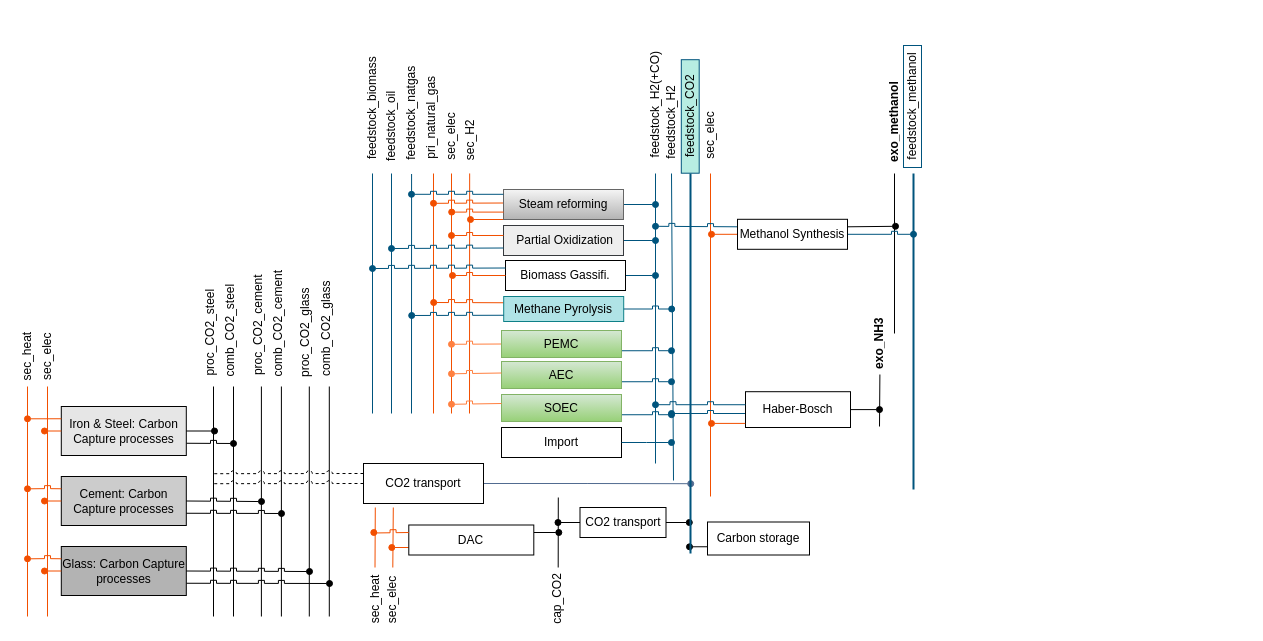
anik-ier/TAM_Industry_RES keeps this draw.io diagram as PhD_circularities.drawio. Above is the earlier version. Source tidied: cells renumbered, new cells numbered last; positions are measured from the earlier drawing's top-left corner, leaving out a move shared by most shapes. Both pictures are drawn from the tidied source at 100%, with x=0, y=0 at pixel (3, 17).
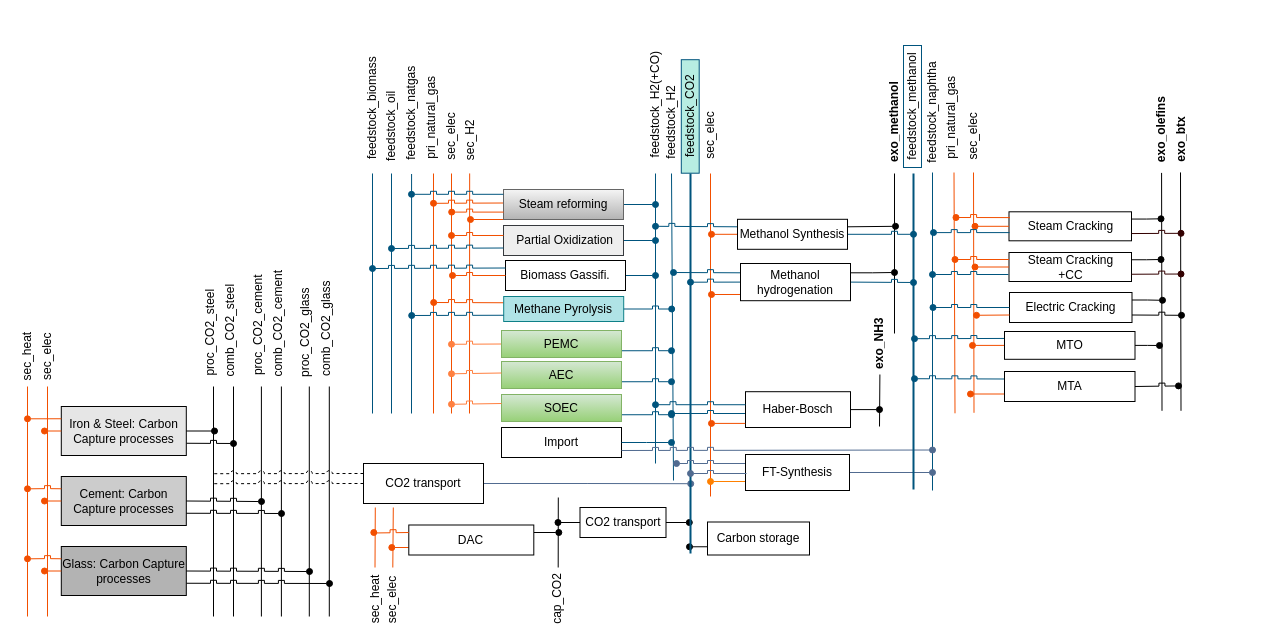
After the change.

Diff of the diagram source:
```diff
@@
+    <mxCell id="143" parent="0" />
+    <mxCell id="144" style="group;" parent="143" vertex="1">
+      <mxGeometry x="670" y="246" width="255" height="37.2" as="geometry" />
+    </mxCell>
+    <mxCell id="145" style="edgeStyle=orthogonalEdgeStyle;rounded=0;jettySize=auto;html=1;exitX=0;exitY=0.25;exitDx=0;exitDy=0;endArrow=oval;endFill=1;jumpStyle=sharp;strokeColor=#00547D;" parent="144" edge="1" source="150">
+      <mxGeometry relative="1" as="geometry">
+        <mxPoint y="9" as="targetPoint" />
+      </mxGeometry>
+    </mxCell>
+    <mxCell id="146" style="edgeStyle=orthogonalEdgeStyle;rounded=0;jettySize=auto;html=1;exitX=0.003;exitY=0.833;exitDx=0;exitDy=0;endArrow=oval;endFill=1;strokeColor=#F24F00;exitPerimeter=0;" parent="144" edge="1" source="150">
+      <mxGeometry relative="1" as="geometry">
+        <mxPoint x="38" y="31" as="targetPoint" />
+      </mxGeometry>
+    </mxCell>
+    <mxCell id="147" style="edgeStyle=orthogonalEdgeStyle;rounded=0;jettySize=auto;html=1;exitX=1;exitY=0.25;exitDx=0;exitDy=0;endArrow=oval;endFill=1;" parent="144" edge="1" source="150">
+      <mxGeometry relative="1" as="geometry">
+        <mxPoint x="221" y="9" as="targetPoint" />
+      </mxGeometry>
+    </mxCell>
+    <mxCell id="148" style="edgeStyle=orthogonalEdgeStyle;rounded=0;jettySize=auto;html=1;exitX=1;exitY=0.5;exitDx=0;exitDy=0;endArrow=oval;endFill=1;jumpStyle=sharp;strokeColor=#00547D;" parent="144" edge="1" source="150">
+      <mxGeometry relative="1" as="geometry">
+        <mxPoint x="240" y="19" as="targetPoint" />
+      </mxGeometry>
+    </mxCell>
+    <mxCell id="149" style="edgeStyle=orthogonalEdgeStyle;rounded=0;jettySize=auto;html=1;exitX=0;exitY=0.5;exitDx=0;exitDy=0;endArrow=oval;endFill=1;strokeColor=#00547D;jumpStyle=sharp;" parent="144" edge="1" source="150">
+      <mxGeometry relative="1" as="geometry">
+        <mxPoint x="17" y="18.7" as="targetPoint" />
+      </mxGeometry>
+    </mxCell>
+    <mxCell id="150" value="Methanol hydrogenation" style="rounded=0;whiteSpace=wrap;html=1;" parent="144" vertex="1">
+      <mxGeometry x="67" width="110" height="37.2" as="geometry" />
+    </mxCell>
+    <mxCell id="151" parent="0" />
+    <mxCell id="152" style="group;" parent="151" vertex="1">
+      <mxGeometry x="914" y="45" width="328" height="392" as="geometry" />
+    </mxCell>
+    <mxCell id="153" value="exo_olefins" style="text;html=1;align=center;verticalAlign=middle;whiteSpace=wrap;rounded=0;rotation=270;fontStyle=1;" parent="152" vertex="1">
+      <mxGeometry x="200.3" y="56.7" width="87.4" height="20" as="geometry" />
+    </mxCell>
+    <mxCell id="154" style="endArrow=none;html=1;rounded=0;" parent="152" edge="1" target="153">
+      <mxGeometry relative="1" as="geometry">
+        <mxPoint x="244.5" y="348.3" as="sourcePoint" />
+      </mxGeometry>
+    </mxCell>
+    <mxCell id="155" value="exo_btx" style="text;html=1;align=center;verticalAlign=middle;whiteSpace=wrap;rounded=0;rotation=270;fontStyle=1;" parent="152" vertex="1">
+      <mxGeometry x="231.5" y="66" width="63" height="23" as="geometry" />
+    </mxCell>
+    <mxCell id="156" style="endArrow=none;html=1;rounded=0;entryX=-0.015;entryY=0.5;entryDx=0;entryDy=0;entryPerimeter=0;" parent="152" edge="1" target="155">
+      <mxGeometry relative="1" as="geometry">
+        <mxPoint x="263.5" y="348.3" as="sourcePoint" />
+      </mxGeometry>
+    </mxCell>
+    <mxCell id="157" style="group;" parent="152" vertex="1">
+      <mxGeometry x="15.5" y="149.3" width="248" height="29" as="geometry" />
+    </mxCell>
+    <mxCell id="158" style="edgeStyle=elbowEdgeStyle;rounded=0;jettySize=auto;html=1;exitX=1;exitY=0.25;exitDx=0;exitDy=0;endArrow=oval;endFill=1;sourcePerimeterSpacing=0;" parent="157" edge="1" source="159">
+      <mxGeometry relative="1" as="geometry">
+        <mxPoint x="228" y="7" as="targetPoint" />
+      </mxGeometry>
+    </mxCell>
+    <mxCell id="159" value="&lt;div&gt;Steam Cracking&lt;/div&gt;" style="rounded=0;whiteSpace=wrap;html=1;" parent="157" vertex="1">
+      <mxGeometry x="76" width="122.5" height="29" as="geometry" />
+    </mxCell>
+    <mxCell id="160" style="edgeStyle=orthogonalEdgeStyle;rounded=0;jettySize=auto;html=1;exitX=1;exitY=0.75;exitDx=0;exitDy=0;endArrow=oval;endFill=1;strokeColor=#330000;jumpStyle=sharp;" parent="157" edge="1" source="159">
+      <mxGeometry relative="1" as="geometry">
+        <mxPoint x="248" y="21.5" as="targetPoint" />
+      </mxGeometry>
+    </mxCell>
+    <mxCell id="161" style="edgeStyle=orthogonalEdgeStyle;rounded=0;jettySize=auto;html=1;exitX=0;exitY=0.5;exitDx=0;exitDy=0;endArrow=oval;endFill=1;strokeColor=#F24F00;jumpStyle=sharp;" parent="157" edge="1" source="159">
+      <mxGeometry relative="1" as="geometry">
+        <mxPoint x="42" y="15" as="targetPoint" />
+      </mxGeometry>
+    </mxCell>
+    <mxCell id="162" style="group;" parent="152" vertex="1">
+      <mxGeometry width="30" height="348.3" as="geometry" />
+    </mxCell>
+    <mxCell id="163" style="endArrow=none;html=1;rounded=0;strokeColor=#00547D;" parent="162" edge="1">
+      <mxGeometry relative="1" as="geometry">
+        <mxPoint x="15" y="428" as="sourcePoint" />
+        <mxPoint x="15" y="110" as="targetPoint" />
+      </mxGeometry>
+    </mxCell>
+    <mxCell id="164" value="feedstock_naphtha" style="text;html=1;strokeColor=none;fillColor=none;align=center;verticalAlign=middle;whiteSpace=wrap;rounded=0;rotation=270;" parent="162" vertex="1">
+      <mxGeometry x="-38.1" y="35" width="106.2" height="30" as="geometry" />
+    </mxCell>
+    <mxCell id="165" style="group;" parent="152" vertex="1">
+      <mxGeometry x="22.5" y="3.8" width="24" height="344.5" as="geometry" />
+    </mxCell>
+    <mxCell id="166" style="endArrow=none;html=1;rounded=0;strokeColor=#F24F00;" parent="165" edge="1">
+      <mxGeometry relative="1" as="geometry">
+        <mxPoint x="15" y="347" as="sourcePoint" />
+        <mxPoint x="14" y="106.2" as="targetPoint" />
+      </mxGeometry>
+    </mxCell>
+    <mxCell id="167" value="pri_natural_gas" style="text;html=1;strokeColor=none;fillColor=none;align=center;verticalAlign=middle;whiteSpace=wrap;rounded=0;rotation=270;" parent="165" vertex="1">
+      <mxGeometry x="-39.5" y="39.5" width="103" height="24" as="geometry" />
+    </mxCell>
+    <mxCell id="168" style="group;" parent="152" vertex="1">
+      <mxGeometry x="42.5" y="46.3" width="27" height="302" as="geometry" />
+    </mxCell>
+    <mxCell id="169" style="endArrow=none;html=1;rounded=0;strokeColor=#F24F00;" parent="168" edge="1">
+      <mxGeometry relative="1" as="geometry">
+        <mxPoint x="14" y="304" as="sourcePoint" />
+        <mxPoint x="13.5" y="63.7" as="targetPoint" />
+      </mxGeometry>
+    </mxCell>
+    <mxCell id="170" value="sec_elec" style="text;html=1;strokeColor=none;fillColor=none;align=center;verticalAlign=middle;whiteSpace=wrap;rounded=0;rotation=270;" parent="168" vertex="1">
+      <mxGeometry x="-16.5" y="14" width="60" height="27" as="geometry" />
+    </mxCell>
+    <mxCell id="171" style="edgeStyle=elbowEdgeStyle;rounded=0;orthogonalLoop=1;jettySize=auto;html=1;exitX=0;exitY=0.25;exitDx=0;exitDy=0;endArrow=oval;endFill=1;jumpStyle=sharp;strokeColor=#F24F00;" parent="168" edge="1">
+      <mxGeometry relative="1" as="geometry">
+        <mxPoint x="50" y="108.8" as="sourcePoint" />
+        <mxPoint x="-4" y="108.7" as="targetPoint" />
+      </mxGeometry>
+    </mxCell>
+    <mxCell id="172" style="edgeStyle=elbowEdgeStyle;rounded=0;orthogonalLoop=1;jettySize=auto;html=1;endArrow=oval;endFill=1;jumpStyle=sharp;strokeColor=#00547D;exitX=0;exitY=0.75;exitDx=0;exitDy=0;" parent="168" edge="1">
+      <mxGeometry relative="1" as="geometry">
+        <mxPoint x="49.5" y="123.8" as="sourcePoint" />
+        <mxPoint x="-26.5" y="123.8" as="targetPoint" />
+      </mxGeometry>
+    </mxCell>
+    <mxCell id="173" style="group;" parent="152" vertex="1">
+      <mxGeometry x="17" y="230" width="247" height="30" as="geometry" />
+    </mxCell>
+    <mxCell id="174" style="edgeStyle=elbowEdgeStyle;rounded=0;jettySize=auto;html=1;exitX=1;exitY=0.25;exitDx=0;exitDy=0;endArrow=oval;endFill=1;" parent="173" edge="1" source="175">
+      <mxGeometry relative="1" as="geometry">
+        <mxPoint x="228" y="7.8" as="targetPoint" />
+      </mxGeometry>
+    </mxCell>
+    <mxCell id="175" value="&lt;div&gt;Electric Cracking&lt;/div&gt;" style="rounded=0;whiteSpace=wrap;html=1;" parent="173" vertex="1">
+      <mxGeometry x="75" width="122.5" height="30" as="geometry" />
+    </mxCell>
+    <mxCell id="176" style="edgeStyle=elbowEdgeStyle;rounded=0;jettySize=auto;html=1;exitX=0;exitY=0.75;exitDx=0;exitDy=0;endArrow=oval;endFill=1;jumpStyle=sharp;strokeColor=#F24F00;" parent="173" edge="1" source="175">
+      <mxGeometry relative="1" as="geometry">
+        <mxPoint x="42" y="22.8" as="targetPoint" />
+      </mxGeometry>
+    </mxCell>
+    <mxCell id="177" style="edgeStyle=orthogonalEdgeStyle;rounded=0;jettySize=auto;html=1;exitX=1;exitY=0.75;exitDx=0;exitDy=0;endArrow=oval;endFill=1;jumpStyle=sharp;" parent="173" edge="1" source="175">
+      <mxGeometry relative="1" as="geometry">
+        <mxPoint x="247" y="22.8" as="targetPoint" />
+      </mxGeometry>
+    </mxCell>
+    <mxCell id="178" style="edgeStyle=elbowEdgeStyle;rounded=0;orthogonalLoop=1;jettySize=auto;html=1;exitX=0;exitY=0.5;exitDx=0;exitDy=0;endArrow=oval;endFill=1;jumpStyle=sharp;strokeColor=#00547D;" parent="152" edge="1">
+      <mxGeometry relative="1" as="geometry">
+        <mxPoint x="92" y="245" as="sourcePoint" />
+        <mxPoint x="15.5" y="245" as="targetPoint" />
+      </mxGeometry>
+    </mxCell>
+    <mxCell id="179" style="group;" parent="152" vertex="1">
+      <mxGeometry x="15.5" y="190" width="248" height="29" as="geometry" />
+    </mxCell>
+    <mxCell id="180" style="edgeStyle=elbowEdgeStyle;rounded=0;jettySize=auto;html=1;exitX=1;exitY=0.25;exitDx=0;exitDy=0;endArrow=oval;endFill=1;sourcePerimeterSpacing=0;" parent="179" edge="1" source="181">
+      <mxGeometry relative="1" as="geometry">
+        <mxPoint x="228" y="7" as="targetPoint" />
+      </mxGeometry>
+    </mxCell>
+    <mxCell id="181" value="&lt;div&gt;Steam Cracking&lt;/div&gt;+CC" style="rounded=0;whiteSpace=wrap;html=1;" parent="179" vertex="1">
+      <mxGeometry x="76" width="122.5" height="29" as="geometry" />
+    </mxCell>
+    <mxCell id="182" style="edgeStyle=orthogonalEdgeStyle;rounded=0;jettySize=auto;html=1;exitX=1;exitY=0.75;exitDx=0;exitDy=0;endArrow=oval;endFill=1;strokeColor=#330000;jumpStyle=sharp;" parent="179" edge="1" source="181">
+      <mxGeometry relative="1" as="geometry">
+        <mxPoint x="248" y="21.5" as="targetPoint" />
+      </mxGeometry>
+    </mxCell>
+    <mxCell id="183" style="edgeStyle=orthogonalEdgeStyle;rounded=0;jettySize=auto;html=1;exitX=0;exitY=0.5;exitDx=0;exitDy=0;endArrow=oval;endFill=1;strokeColor=#F24F00;jumpStyle=sharp;" parent="179" edge="1" source="181">
+      <mxGeometry relative="1" as="geometry">
+        <mxPoint x="42" y="15" as="targetPoint" />
+      </mxGeometry>
+    </mxCell>
+    <mxCell id="184" style="edgeStyle=elbowEdgeStyle;rounded=0;orthogonalLoop=1;jettySize=auto;html=1;exitX=0;exitY=0.25;exitDx=0;exitDy=0;endArrow=oval;endFill=1;jumpStyle=sharp;strokeColor=#F24F00;" parent="152" edge="1">
+      <mxGeometry relative="1" as="geometry">
+        <mxPoint x="91.5" y="197" as="sourcePoint" />
+        <mxPoint x="37.5" y="197" as="targetPoint" />
+      </mxGeometry>
+    </mxCell>
+    <mxCell id="185" style="edgeStyle=elbowEdgeStyle;rounded=0;orthogonalLoop=1;jettySize=auto;html=1;endArrow=oval;endFill=1;jumpStyle=sharp;strokeColor=#00547D;exitX=0;exitY=0.75;exitDx=0;exitDy=0;" parent="152" edge="1">
+      <mxGeometry relative="1" as="geometry">
+        <mxPoint x="91" y="212" as="sourcePoint" />
+        <mxPoint x="15" y="212" as="targetPoint" />
+      </mxGeometry>
+    </mxCell>
+    <mxCell id="186" parent="0" />
+    <mxCell id="187" style="group;" parent="186" vertex="1">
+      <mxGeometry x="911" y="314" width="267" height="70" as="geometry" />
+    </mxCell>
+    <mxCell id="188" style="edgeStyle=elbowEdgeStyle;rounded=0;jettySize=auto;html=1;exitX=1;exitY=0.5;exitDx=0;exitDy=0;endArrow=oval;endFill=1;" parent="187" edge="1" source="192">
+      <mxGeometry relative="1" as="geometry">
+        <mxPoint x="245" y="14" as="targetPoint" />
+      </mxGeometry>
+    </mxCell>
+    <mxCell id="189" style="group;" parent="187" vertex="1">
+      <mxGeometry width="267" height="70" as="geometry" />
+    </mxCell>
+    <mxCell id="190" style="edgeStyle=elbowEdgeStyle;rounded=0;jettySize=auto;html=1;exitX=0;exitY=0.5;exitDx=0;exitDy=0;endArrow=oval;endFill=1;strokeColor=#F24F00;" parent="189" edge="1" source="192">
+      <mxGeometry relative="1" as="geometry">
+        <mxPoint x="58" y="13.9" as="targetPoint" />
+        <Array as="points">
+          <mxPoint x="119.5" y="50" />
+        </Array>
+      </mxGeometry>
+    </mxCell>
+    <mxCell id="191" style="edgeStyle=elbowEdgeStyle;rounded=0;jettySize=auto;html=1;exitX=0;exitY=0.25;exitDx=0;exitDy=0;endArrow=oval;endFill=1;jumpStyle=sharp;strokeColor=#00547D;" parent="189" edge="1" source="192">
+      <mxGeometry relative="1" as="geometry">
+        <mxPoint y="7.2" as="targetPoint" />
+      </mxGeometry>
+    </mxCell>
+    <mxCell id="192" value="MTO" style="rounded=0;whiteSpace=wrap;html=1;" parent="189" vertex="1">
+      <mxGeometry x="90" width="130.5" height="27.8" as="geometry" />
+    </mxCell>
+    <mxCell id="193" style="group;" parent="189" vertex="1">
+      <mxGeometry y="40" width="267" height="30" as="geometry" />
+    </mxCell>
+    <mxCell id="194" style="edgeStyle=orthogonalEdgeStyle;rounded=0;jettySize=auto;html=1;exitX=1;exitY=0.5;exitDx=0;exitDy=0;endArrow=oval;endFill=1;jumpStyle=sharp;" parent="193" edge="1" source="197">
+      <mxGeometry relative="1" as="geometry">
+        <mxPoint x="264" y="14.4" as="targetPoint" />
+      </mxGeometry>
+    </mxCell>
+    <mxCell id="195" style="edgeStyle=orthogonalEdgeStyle;rounded=0;jettySize=auto;html=1;exitX=0;exitY=0.25;exitDx=0;exitDy=0;endArrow=oval;endFill=1;jumpStyle=sharp;strokeColor=#00547D;" parent="193" edge="1" source="197">
+      <mxGeometry relative="1" as="geometry">
+        <mxPoint y="7.2" as="targetPoint" />
+      </mxGeometry>
+    </mxCell>
+    <mxCell id="196" style="edgeStyle=orthogonalEdgeStyle;rounded=0;jettySize=auto;html=1;exitX=0;exitY=0.75;exitDx=0;exitDy=0;endArrow=oval;endFill=1;strokeColor=#F24F00;" parent="193" edge="1" source="197">
+      <mxGeometry relative="1" as="geometry">
+        <mxPoint x="56" y="22" as="targetPoint" />
+      </mxGeometry>
+    </mxCell>
+    <mxCell id="197" value="MTA" style="rounded=0;whiteSpace=wrap;html=1;" parent="193" vertex="1">
+      <mxGeometry x="90" width="130.5" height="30" as="geometry" />
+    </mxCell>
@@
+    <mxCell id="198" parent="0" />
+    <mxCell id="199" style="edgeStyle=orthogonalEdgeStyle;rounded=0;orthogonalLoop=1;jettySize=auto;html=1;exitX=1;exitY=0.75;exitDx=0;exitDy=0;endArrow=oval;endFill=1;jumpStyle=sharp;strokeColor=#516B90;" parent="198" edge="1">
+      <mxGeometry relative="1" as="geometry">
+        <mxPoint x="618" y="433" as="sourcePoint" />
+        <mxPoint x="929" y="432.5" as="targetPoint" />
+      </mxGeometry>
+    </mxCell>
+    <mxCell id="200" style="edgeStyle=orthogonalEdgeStyle;rounded=0;jettySize=auto;html=1;exitX=1;exitY=0.5;exitDx=0;exitDy=0;endArrow=oval;endFill=1;strokeColor=#516B90;" parent="198" edge="1" source="203">
+      <mxGeometry relative="1" as="geometry">
+        <mxPoint x="929" y="455" as="targetPoint" />
+      </mxGeometry>
+    </mxCell>
+    <mxCell id="201" style="edgeStyle=orthogonalEdgeStyle;rounded=0;jettySize=auto;html=1;exitX=0;exitY=0.25;exitDx=0;exitDy=0;endArrow=oval;endFill=1;jumpStyle=sharp;strokeColor=#516B90;" parent="198" edge="1" source="203">
+      <mxGeometry relative="1" as="geometry">
+        <mxPoint x="673" y="446" as="targetPoint" />
+      </mxGeometry>
+    </mxCell>
+    <mxCell id="202" style="edgeStyle=orthogonalEdgeStyle;rounded=0;jettySize=auto;html=1;exitX=0;exitY=0.75;exitDx=0;exitDy=0;endArrow=oval;endFill=1;strokeColor=#FF8000;" parent="198" edge="1" source="203">
+      <mxGeometry relative="1" as="geometry">
+        <mxPoint x="707" y="464" as="targetPoint" />
+      </mxGeometry>
+    </mxCell>
+    <mxCell id="203" value="FT-Synthesis" style="rounded=0;whiteSpace=wrap;html=1;" parent="198" vertex="1">
+      <mxGeometry x="742" y="437" width="104" height="36" as="geometry" />
+    </mxCell>
+    <mxCell id="204" style="edgeStyle=orthogonalEdgeStyle;rounded=0;orthogonalLoop=1;jettySize=auto;html=1;endArrow=oval;endFill=1;jumpStyle=sharp;strokeColor=#516B90;" parent="198" edge="1">
+      <mxGeometry relative="1" as="geometry">
+        <mxPoint x="743" y="456" as="sourcePoint" />
+        <mxPoint x="687" y="456" as="targetPoint" />
+      </mxGeometry>
+    </mxCell>
```
